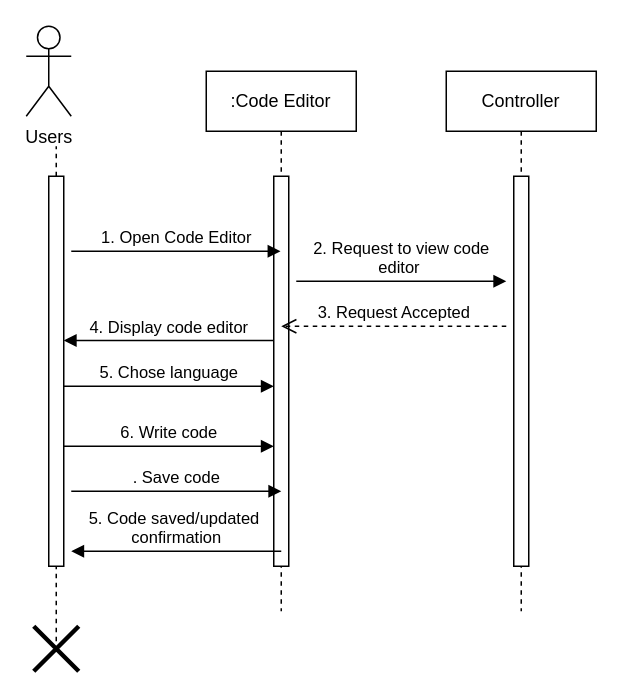
Earlier version of the draw.io diagram page "Code Editor" (6 of 15) of Sequence Diagram.drawio (shamim36/Final-Defence-Diagram). Source tidied: cells renumbered, new cells numbered last; positions are measured from the earlier drawing's top-left corner, leaving out a move shared by most shapes. Both pictures are drawn from the tidied source at 150%, with x=0, y=0 at pixel (26, 26).
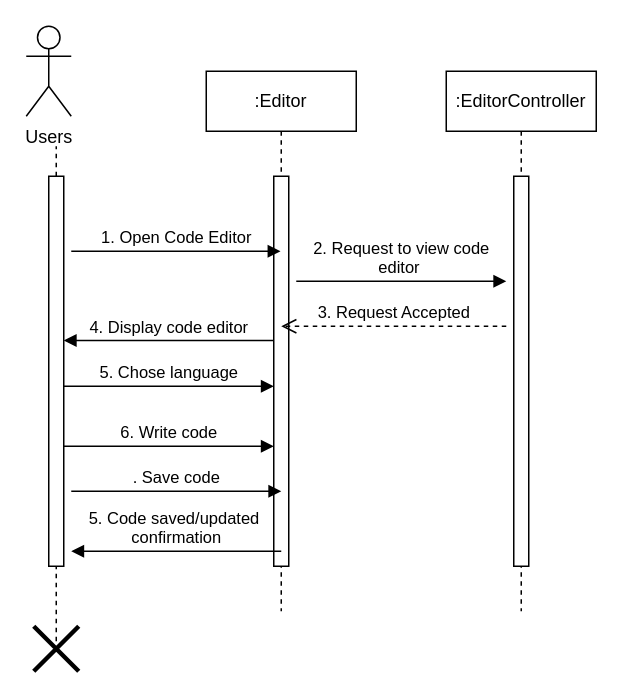
After the change.

What changed in the source:
```diff
@@
-    <mxCell id="2" value=":Code Editor" style="shape=umlLifeline;perimeter=lifelinePerimeter;whiteSpace=wrap;html=1;outlineConnect=0;portConstraint=eastwest;newEdgeStyle={&quot;edgeStyle&quot;:&quot;elbowEdgeStyle&quot;,&quot;elbow&quot;:&quot;vertical&quot;,&quot;curved&quot;:0,&quot;rounded&quot;:0};" parent="1" vertex="1">
+    <mxCell id="2" value=":Editor" style="shape=umlLifeline;perimeter=lifelinePerimeter;whiteSpace=wrap;html=1;outlineConnect=0;portConstraint=eastwest;newEdgeStyle={&quot;edgeStyle&quot;:&quot;elbowEdgeStyle&quot;,&quot;elbow&quot;:&quot;vertical&quot;,&quot;curved&quot;:0,&quot;rounded&quot;:0};" parent="1" vertex="1">
       <mxGeometry x="120" y="30" width="100" height="360" as="geometry" />
     </mxCell>
@@
-    <mxCell id="14" value="Controller" style="shape=umlLifeline;perimeter=lifelinePerimeter;whiteSpace=wrap;html=1;newEdgeStyle={&quot;edgeStyle&quot;:&quot;elbowEdgeStyle&quot;,&quot;elbow&quot;:&quot;vertical&quot;,&quot;curved&quot;:0,&quot;rounded&quot;:0};" parent="1" vertex="1">
+    <mxCell id="14" value=":EditorController" style="shape=umlLifeline;perimeter=lifelinePerimeter;whiteSpace=wrap;html=1;newEdgeStyle={&quot;edgeStyle&quot;:&quot;elbowEdgeStyle&quot;,&quot;elbow&quot;:&quot;vertical&quot;,&quot;curved&quot;:0,&quot;rounded&quot;:0};" parent="1" vertex="1">
       <mxGeometry x="280" y="30" width="100" height="360" as="geometry" />
     </mxCell>
```
